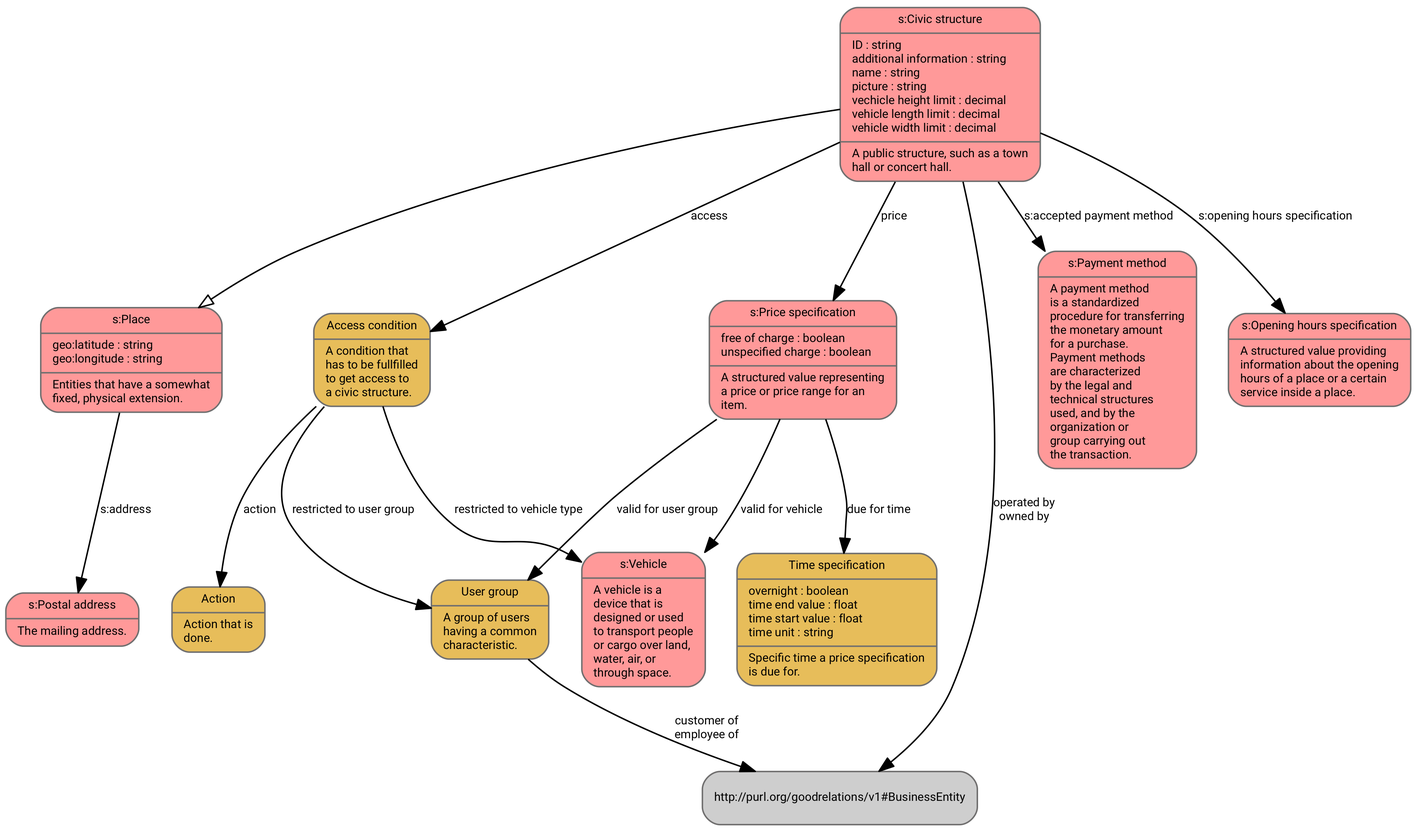
The Graphviz diagram diagrams/index.ttl.dot.png in vocol/mobivoc, before a commit. Its source is kept beside it as diagrams/index.ttl.dot. The source it was exported from:
```dot
digraph "http://schema.mobivoc.org/" {
        fontname = "Roboto"
        fontsize = 8
        dpi = 300
        overlap=false
        forcelabels=true
        nodesep=0.3
        ratio = fill
        margin=0

        node [
                fontname = "Roboto"
                fontsize = 8
                shape = "Mrecord"
                style=filled
                fontcolor=black
                fillcolor="#CECECE"
                color="#706f6f"
        ]

        edge [
                fontname = "Roboto"
                fontsize = 8
        ]
"http://schema.org/PostalAddress" [label ="{s:Postal address|The mailing address.\l}" fillcolor="0.0 0.4 1"]
"http://schema.org/CivicStructure" [label ="{s:Civic structure|ID : string\ladditional information : string\lname : string\lpicture : string\lvechicle height limit : decimal\lvehicle length limit : decimal\lvehicle width limit : decimal\l| A public structure, such as a town\lhall or concert hall.\l}" fillcolor="0.0 0.4 1"]
"http://schema.org/Vehicle" [label ="{s:Vehicle|A vehicle is a\ldevice that is\ldesigned or used\lto transport people\lor cargo over land,\lwater, air, or\lthrough space.\l}" fillcolor="0.0 0.4 1"]
"http://schema.mobivoc.org/AccessCondition" [label ="{Access condition|A condition that\lhas to be fullfilled\lto get access to\la civic structure.\l}" fillcolor="#E7BD5A"]
"http://schema.mobivoc.org/Action" [label ="{Action|Action that is\ldone.\l}" fillcolor="#E7BD5A"]
"http://schema.mobivoc.org/UserGroup" [label ="{User group|A group of users\lhaving a common\lcharacteristic.\l}" fillcolor="#E7BD5A"]
"http://schema.org/PaymentMethod" [label ="{s:Payment method|A payment method\lis a standardized\lprocedure for transferring\lthe monetary amount\lfor a purchase.\lPayment methods\lare characterized\lby the legal and\ltechnical structures\lused, and by the\lorganization or\lgroup carrying out\lthe transaction.\l}" fillcolor="0.0 0.4 1"]
"http://schema.org/PriceSpecification" [label ="{s:Price specification|free of charge : boolean\lunspecified charge : boolean\l| A structured value representing\la price or price range for an\litem.\l}" fillcolor="0.0 0.4 1"]
"http://schema.org/OpeningHoursSpecification" [label ="{s:Opening hours specification|A structured value providing\linformation about the opening\lhours of a place or a certain\lservice inside a place.\l}" fillcolor="0.0 0.4 1"]
"http://schema.mobivoc.org/TimeSpecification" [label ="{Time specification|overnight : boolean\ltime end value : float\ltime start value : float\ltime unit : string\l| Specific time a price specification\lis due for.\l}" fillcolor="#E7BD5A"]
"http://schema.org/Place" [label ="{s:Place|geo:latitude : string\lgeo:longitude : string\l| Entities that have a somewhat\lfixed, physical extension.\l}" fillcolor="0.0 0.4 1"]
"http://schema.org/Place" -> "http://schema.org/PostalAddress" [label="s:address"]
"http://schema.org/PriceSpecification" -> "http://schema.mobivoc.org/UserGroup" [label="valid for user group"]
"http://schema.org/CivicStructure" -> "http://purl.org/goodrelations/v1#BusinessEntity" [label="operated by
owned by"]
"http://schema.mobivoc.org/AccessCondition" -> "http://schema.mobivoc.org/Action" [label="action"]
"http://schema.mobivoc.org/AccessCondition" -> "http://schema.org/Vehicle" [label="restricted to vehicle type"]
"http://schema.org/PriceSpecification" -> "http://schema.org/Vehicle" [label="valid for vehicle"]
"http://schema.org/CivicStructure" -> "http://schema.mobivoc.org/AccessCondition" [label="access"]
"http://schema.org/CivicStructure" -> "http://schema.org/PriceSpecification" [label="price"]
"http://schema.mobivoc.org/UserGroup" -> "http://purl.org/goodrelations/v1#BusinessEntity" [label="customer of
employee of"]
"http://schema.org/CivicStructure" -> "http://schema.org/PaymentMethod" [label="s:accepted payment method"]
"http://schema.mobivoc.org/AccessCondition" -> "http://schema.mobivoc.org/UserGroup" [label="restricted to user group"]
"http://schema.org/CivicStructure" -> "http://schema.org/OpeningHoursSpecification" [label="s:opening hours specification"]
"http://schema.org/PriceSpecification" -> "http://schema.mobivoc.org/TimeSpecification" [label="due for time"]
"http://schema.org/CivicStructure" -> "http://schema.org/Place" [arrowhead = "empty"]
}
```
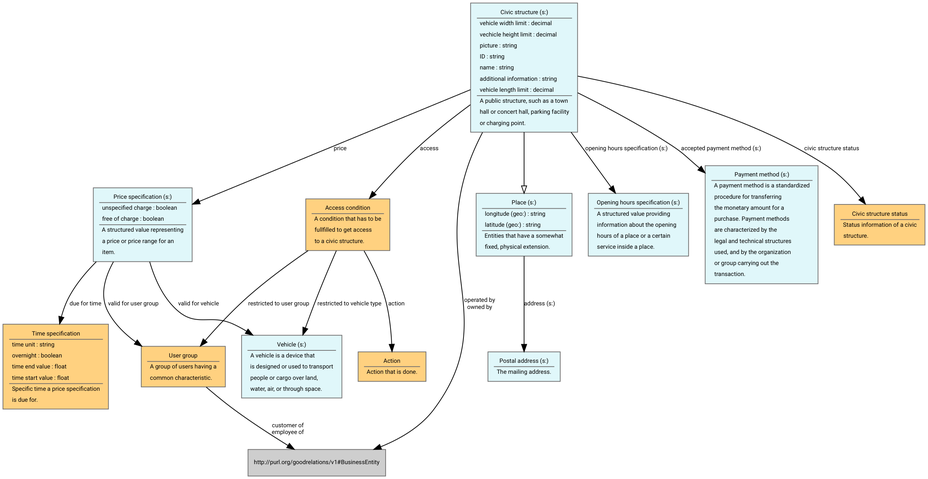
After the change.

The edit, as a diff of the source:
```diff
@@ -1,7 +1,9 @@
 digraph "http://schema.mobivoc.org/" {
+rankdir=TB
+
         fontname = "Roboto"
         fontsize = 8
-        dpi = 300
+        dpi = 150
         overlap=false
         forcelabels=true
         nodesep=0.3
@@ -11,7 +13,7 @@
         node [
                 fontname = "Roboto"
                 fontsize = 8
-                shape = "Mrecord"
+                shape = "rect"
                 style=filled
                 fontcolor=black
                 fillcolor="#CECECE"
@@ -22,31 +24,33 @@
                 fontname = "Roboto"
                 fontsize = 8
         ]
-"http://schema.org/PostalAddress" [label ="{s:Postal address|The mailing address.\l}" fillcolor="0.0 0.4 1"]
-"http://schema.org/CivicStructure" [label ="{s:Civic structure|ID : string\ladditional information : string\lname : string\lpicture : string\lvechicle height limit : decimal\lvehicle length limit : decimal\lvehicle width limit : decimal\l| A public structure, such as a town\lhall or concert hall.\l}" fillcolor="0.0 0.4 1"]
-"http://schema.org/Vehicle" [label ="{s:Vehicle|A vehicle is a\ldevice that is\ldesigned or used\lto transport people\lor cargo over land,\lwater, air, or\lthrough space.\l}" fillcolor="0.0 0.4 1"]
-"http://schema.mobivoc.org/AccessCondition" [label ="{Access condition|A condition that\lhas to be fullfilled\lto get access to\la civic structure.\l}" fillcolor="#E7BD5A"]
-"http://schema.mobivoc.org/Action" [label ="{Action|Action that is\ldone.\l}" fillcolor="#E7BD5A"]
-"http://schema.mobivoc.org/UserGroup" [label ="{User group|A group of users\lhaving a common\lcharacteristic.\l}" fillcolor="#E7BD5A"]
-"http://schema.org/PaymentMethod" [label ="{s:Payment method|A payment method\lis a standardized\lprocedure for transferring\lthe monetary amount\lfor a purchase.\lPayment methods\lare characterized\lby the legal and\ltechnical structures\lused, and by the\lorganization or\lgroup carrying out\lthe transaction.\l}" fillcolor="0.0 0.4 1"]
-"http://schema.org/PriceSpecification" [label ="{s:Price specification|free of charge : boolean\lunspecified charge : boolean\l| A structured value representing\la price or price range for an\litem.\l}" fillcolor="0.0 0.4 1"]
-"http://schema.org/OpeningHoursSpecification" [label ="{s:Opening hours specification|A structured value providing\linformation about the opening\lhours of a place or a certain\lservice inside a place.\l}" fillcolor="0.0 0.4 1"]
-"http://schema.mobivoc.org/TimeSpecification" [label ="{Time specification|overnight : boolean\ltime end value : float\ltime start value : float\ltime unit : string\l| Specific time a price specification\lis due for.\l}" fillcolor="#E7BD5A"]
-"http://schema.org/Place" [label ="{s:Place|geo:latitude : string\lgeo:longitude : string\l| Entities that have a somewhat\lfixed, physical extension.\l}" fillcolor="0.0 0.4 1"]
-"http://schema.org/Place" -> "http://schema.org/PostalAddress" [label="s:address"]
-"http://schema.org/PriceSpecification" -> "http://schema.mobivoc.org/UserGroup" [label="valid for user group"]
-"http://schema.org/CivicStructure" -> "http://purl.org/goodrelations/v1#BusinessEntity" [label="operated by
+"http://schema.org/Vehicle" [fillcolor="#E0F7FA" fontcolor= "#000000", label=<<TABLE border="0"><TR><TD ALIGN="CENTER" HREF="http://schema.org/Vehicle">Vehicle (s:)</TD></TR><HR/><TR><TD ALIGN="LEFT">A vehicle is a device that</TD></TR><TR><TD ALIGN="LEFT">is designed or used to transport</TD></TR><TR><TD ALIGN="LEFT">people or cargo over land,</TD></TR><TR><TD ALIGN="LEFT">water, air, or through space.</TD></TR></TABLE>>]
+"http://schema.mobivoc.org/Action" [fillcolor="#FFD180" fontcolor= "#000000", label=<<TABLE border="0"><TR><TD ALIGN="CENTER" HREF="http://schema.mobivoc.org/Action">Action</TD></TR><HR/><TR><TD ALIGN="LEFT">Action that is done.</TD></TR></TABLE>>]
+"http://schema.org/CivicStructure" [fillcolor="#E0F7FA" fontcolor= "#000000", label=<<TABLE border="0"><TR><TD ALIGN="CENTER" HREF="http://schema.org/CivicStructure">Civic structure (s:)</TD></TR><HR/><TR><TD ALIGN="LEFT" HREF="http://schema.mobivoc.org/vehicleWidthLimitInM">vehicle width limit : decimal</TD></TR><TR><TD ALIGN="LEFT" HREF="http://schema.mobivoc.org/vehicleHeightLimitInM">vechicle height limit : decimal</TD></TR><TR><TD ALIGN="LEFT" HREF="http://schema.mobivoc.org/picture">picture : string</TD></TR><TR><TD ALIGN="LEFT" HREF="http://schema.mobivoc.org/id">ID : string</TD></TR><TR><TD ALIGN="LEFT" HREF="http://schema.mobivoc.org/name">name : string</TD></TR><TR><TD ALIGN="LEFT" HREF="http://schema.mobivoc.org/additionalInformation">additional information : string</TD></TR><TR><TD ALIGN="LEFT" HREF="http://schema.mobivoc.org/vehicleLengthLimitInM">vehicle length limit : decimal</TD></TR><HR/><TR><TD ALIGN="LEFT">A public structure, such as a town</TD></TR><TR><TD ALIGN="LEFT">hall or concert hall, parking facility</TD></TR><TR><TD ALIGN="LEFT">or charging point.</TD></TR></TABLE>>]
+"http://schema.org/Place" [fillcolor="#E0F7FA" fontcolor= "#000000", label=<<TABLE border="0"><TR><TD ALIGN="CENTER" HREF="http://schema.org/Place">Place (s:)</TD></TR><HR/><TR><TD ALIGN="LEFT" HREF="http://www.w3.org/2003/01/geo/wgs84_pos#long">longitude (geo:) : string</TD></TR><TR><TD ALIGN="LEFT" HREF="http://www.w3.org/2003/01/geo/wgs84_pos#lat">latitude (geo:) : string</TD></TR><HR/><TR><TD ALIGN="LEFT">Entities that have a somewhat</TD></TR><TR><TD ALIGN="LEFT">fixed, physical extension.</TD></TR></TABLE>>]
+"http://schema.mobivoc.org/TimeSpecification" [fillcolor="#FFD180" fontcolor= "#000000", label=<<TABLE border="0"><TR><TD ALIGN="CENTER" HREF="http://schema.mobivoc.org/TimeSpecification">Time specification</TD></TR><HR/><TR><TD ALIGN="LEFT" HREF="http://schema.mobivoc.org/timeUnit">time unit : string</TD></TR><TR><TD ALIGN="LEFT" HREF="http://schema.mobivoc.org/overnight">overnight : boolean</TD></TR><TR><TD ALIGN="LEFT" HREF="http://schema.mobivoc.org/timeEndValue">time end value : float</TD></TR><TR><TD ALIGN="LEFT" HREF="http://schema.mobivoc.org/timeStartValue">time start value : float</TD></TR><HR/><TR><TD ALIGN="LEFT">Specific time a price specification</TD></TR><TR><TD ALIGN="LEFT">is due for.</TD></TR></TABLE>>]
+"http://schema.mobivoc.org/UserGroup" [fillcolor="#FFD180" fontcolor= "#000000", label=<<TABLE border="0"><TR><TD ALIGN="CENTER" HREF="http://schema.mobivoc.org/UserGroup">User group</TD></TR><HR/><TR><TD ALIGN="LEFT">A group of users having a</TD></TR><TR><TD ALIGN="LEFT">common characteristic.</TD></TR></TABLE>>]
+"http://schema.org/PriceSpecification" [fillcolor="#E0F7FA" fontcolor= "#000000", label=<<TABLE border="0"><TR><TD ALIGN="CENTER" HREF="http://schema.org/PriceSpecification">Price specification (s:)</TD></TR><HR/><TR><TD ALIGN="LEFT" HREF="http://schema.mobivoc.org/unspecifiedCharge">unspecified charge : boolean</TD></TR><TR><TD ALIGN="LEFT" HREF="http://schema.mobivoc.org/freeOfCharge">free of charge : boolean</TD></TR><HR/><TR><TD ALIGN="LEFT">A structured value representing</TD></TR><TR><TD ALIGN="LEFT">a price or price range for an</TD></TR><TR><TD ALIGN="LEFT">item.</TD></TR></TABLE>>]
+"http://schema.org/OpeningHoursSpecification" [fillcolor="#E0F7FA" fontcolor= "#000000", label=<<TABLE border="0"><TR><TD ALIGN="CENTER" HREF="http://schema.org/OpeningHoursSpecification">Opening hours specification (s:)</TD></TR><HR/><TR><TD ALIGN="LEFT">A structured value providing</TD></TR><TR><TD ALIGN="LEFT">information about the opening</TD></TR><TR><TD ALIGN="LEFT">hours of a place or a certain</TD></TR><TR><TD ALIGN="LEFT">service inside a place.</TD></TR></TABLE>>]
+"http://schema.mobivoc.org/AccessCondition" [fillcolor="#FFD180" fontcolor= "#000000", label=<<TABLE border="0"><TR><TD ALIGN="CENTER" HREF="http://schema.mobivoc.org/AccessCondition">Access condition</TD></TR><HR/><TR><TD ALIGN="LEFT">A condition that has to be</TD></TR><TR><TD ALIGN="LEFT">fullfilled to get access</TD></TR><TR><TD ALIGN="LEFT">to a civic structure.</TD></TR></TABLE>>]
+"http://schema.org/PostalAddress" [fillcolor="#E0F7FA" fontcolor= "#000000", label=<<TABLE border="0"><TR><TD ALIGN="CENTER" HREF="http://schema.org/PostalAddress">Postal address (s:)</TD></TR><HR/><TR><TD ALIGN="LEFT">The mailing address.</TD></TR></TABLE>>]
+"http://schema.org/PaymentMethod" [fillcolor="#E0F7FA" fontcolor= "#000000", label=<<TABLE border="0"><TR><TD ALIGN="CENTER" HREF="http://schema.org/PaymentMethod">Payment method (s:)</TD></TR><HR/><TR><TD ALIGN="LEFT">A payment method is a standardized</TD></TR><TR><TD ALIGN="LEFT">procedure for transferring</TD></TR><TR><TD ALIGN="LEFT">the monetary amount for a</TD></TR><TR><TD ALIGN="LEFT">purchase. Payment methods</TD></TR><TR><TD ALIGN="LEFT">are characterized by the</TD></TR><TR><TD ALIGN="LEFT">legal and technical structures</TD></TR><TR><TD ALIGN="LEFT">used, and by the organization</TD></TR><TR><TD ALIGN="LEFT">or group carrying out the</TD></TR><TR><TD ALIGN="LEFT">transaction.</TD></TR></TABLE>>]
+"http://schema.mobivoc.org/CivicStructureStatus" [fillcolor="#FFD180" fontcolor= "#000000", label=<<TABLE border="0"><TR><TD ALIGN="CENTER" HREF="http://schema.mobivoc.org/CivicStructureStatus">Civic structure status</TD></TR><HR/><TR><TD ALIGN="LEFT">Status information of a civic</TD></TR><TR><TD ALIGN="LEFT">structure.</TD></TR></TABLE>>]
+"http://schema.mobivoc.org/AccessCondition" -> "http://schema.mobivoc.org/Action" [href="http://schema.mobivoc.org/action", label="action"]
+"http://schema.org/Place" -> "http://schema.org/PostalAddress" [href="http://schema.org/address", label="address (s:)"]
+"http://schema.org/PriceSpecification" -> "http://schema.mobivoc.org/TimeSpecification" [href="http://schema.mobivoc.org/dueForTime", label="due for time"]
+"http://schema.mobivoc.org/AccessCondition" -> "http://schema.mobivoc.org/UserGroup" [href="http://schema.mobivoc.org/restrictedToGroup", label="restricted to user group"]
+"http://schema.org/PriceSpecification" -> "http://schema.mobivoc.org/UserGroup" [href="http://schema.mobivoc.org/validForGroup", label="valid for user group"]
+"http://schema.org/CivicStructure" -> "http://schema.mobivoc.org/CivicStructureStatus" [href="http://schema.mobivoc.org/civicStructureStatus", label="civic structure status"]
+"http://schema.org/CivicStructure" -> "http://purl.org/goodrelations/v1#BusinessEntity" [href="http://schema.mobivoc.org/operatedBy", label="operated by
 owned by"]
-"http://schema.mobivoc.org/AccessCondition" -> "http://schema.mobivoc.org/Action" [label="action"]
-"http://schema.mobivoc.org/AccessCondition" -> "http://schema.org/Vehicle" [label="restricted to vehicle type"]
-"http://schema.org/PriceSpecification" -> "http://schema.org/Vehicle" [label="valid for vehicle"]
-"http://schema.org/CivicStructure" -> "http://schema.mobivoc.org/AccessCondition" [label="access"]
-"http://schema.org/CivicStructure" -> "http://schema.org/PriceSpecification" [label="price"]
-"http://schema.mobivoc.org/UserGroup" -> "http://purl.org/goodrelations/v1#BusinessEntity" [label="customer of
+"http://schema.mobivoc.org/UserGroup" -> "http://purl.org/goodrelations/v1#BusinessEntity" [href="http://schema.mobivoc.org/customerOf", label="customer of
 employee of"]
-"http://schema.org/CivicStructure" -> "http://schema.org/PaymentMethod" [label="s:accepted payment method"]
-"http://schema.mobivoc.org/AccessCondition" -> "http://schema.mobivoc.org/UserGroup" [label="restricted to user group"]
-"http://schema.org/CivicStructure" -> "http://schema.org/OpeningHoursSpecification" [label="s:opening hours specification"]
-"http://schema.org/PriceSpecification" -> "http://schema.mobivoc.org/TimeSpecification" [label="due for time"]
+"http://schema.org/CivicStructure" -> "http://schema.mobivoc.org/AccessCondition" [href="http://schema.mobivoc.org/access", label="access"]
+"http://schema.org/CivicStructure" -> "http://schema.org/OpeningHoursSpecification" [href="http://schema.org/openingHoursSpecification", label="opening hours specification (s:)"]
+"http://schema.org/CivicStructure" -> "http://schema.org/PaymentMethod" [href="http://schema.org/acceptedPaymentMethod", label="accepted payment method (s:)"]
+"http://schema.org/CivicStructure" -> "http://schema.org/PriceSpecification" [href="http://schema.mobivoc.org/price", label="price"]
+"http://schema.mobivoc.org/AccessCondition" -> "http://schema.org/Vehicle" [href="http://schema.mobivoc.org/restrictedToVehicleType", label="restricted to vehicle type"]
+"http://schema.org/PriceSpecification" -> "http://schema.org/Vehicle" [href="http://schema.mobivoc.org/validForVehicle", label="valid for vehicle"]
 "http://schema.org/CivicStructure" -> "http://schema.org/Place" [arrowhead = "empty"]
 }
```
